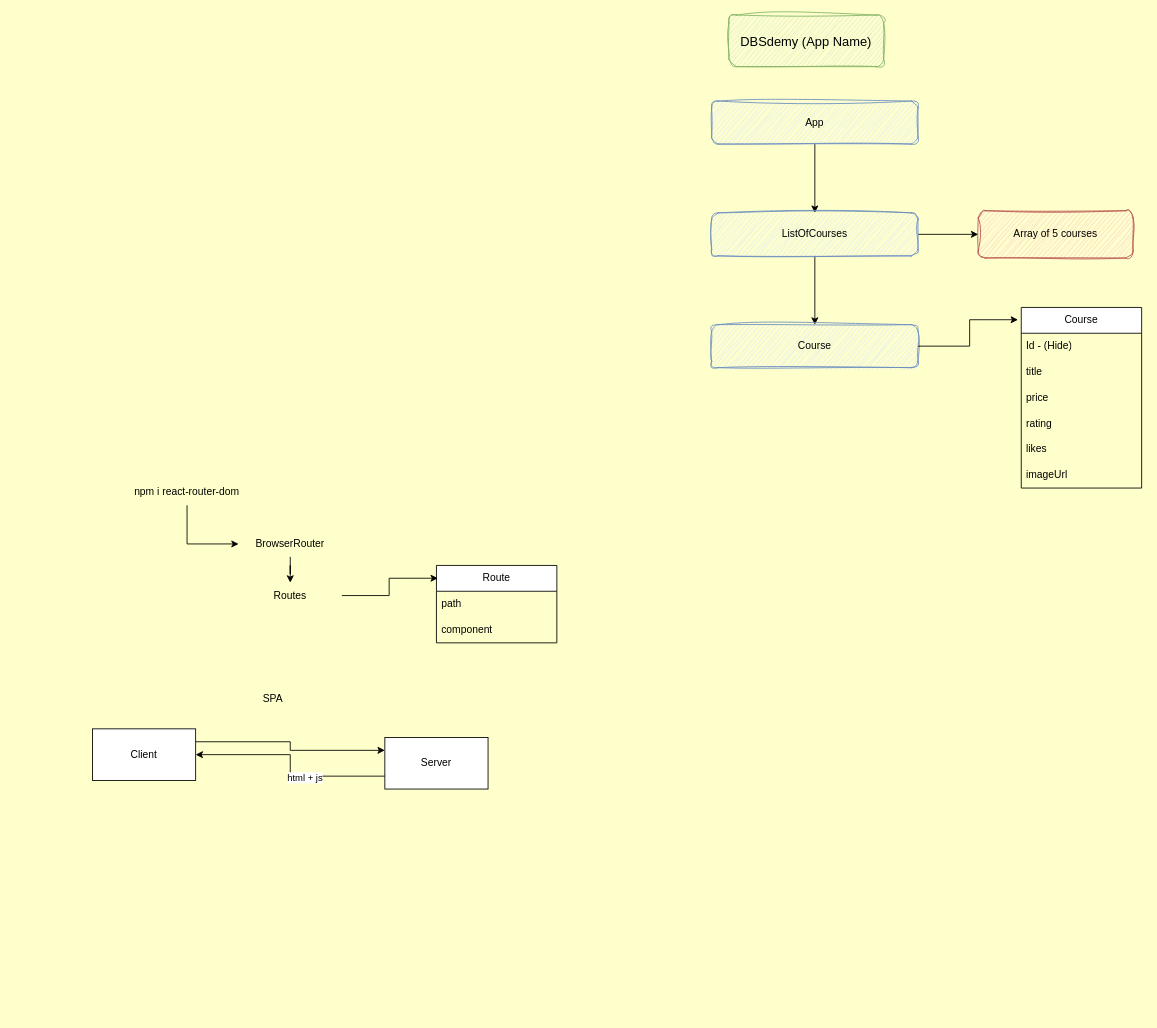
SumeetWajpe/DBS_React_Feb_25 keeps this draw.io diagram as SupportingDocs/DBS_React_Feb25.drawio. Above is the earlier version. Source tidied: cells renumbered, new cells numbered last; positions are measured from the earlier drawing's top-left corner, leaving out a move shared by most shapes. Both pictures are drawn from the tidied source at 86%, with x=0, y=0 at pixel (92, 15).
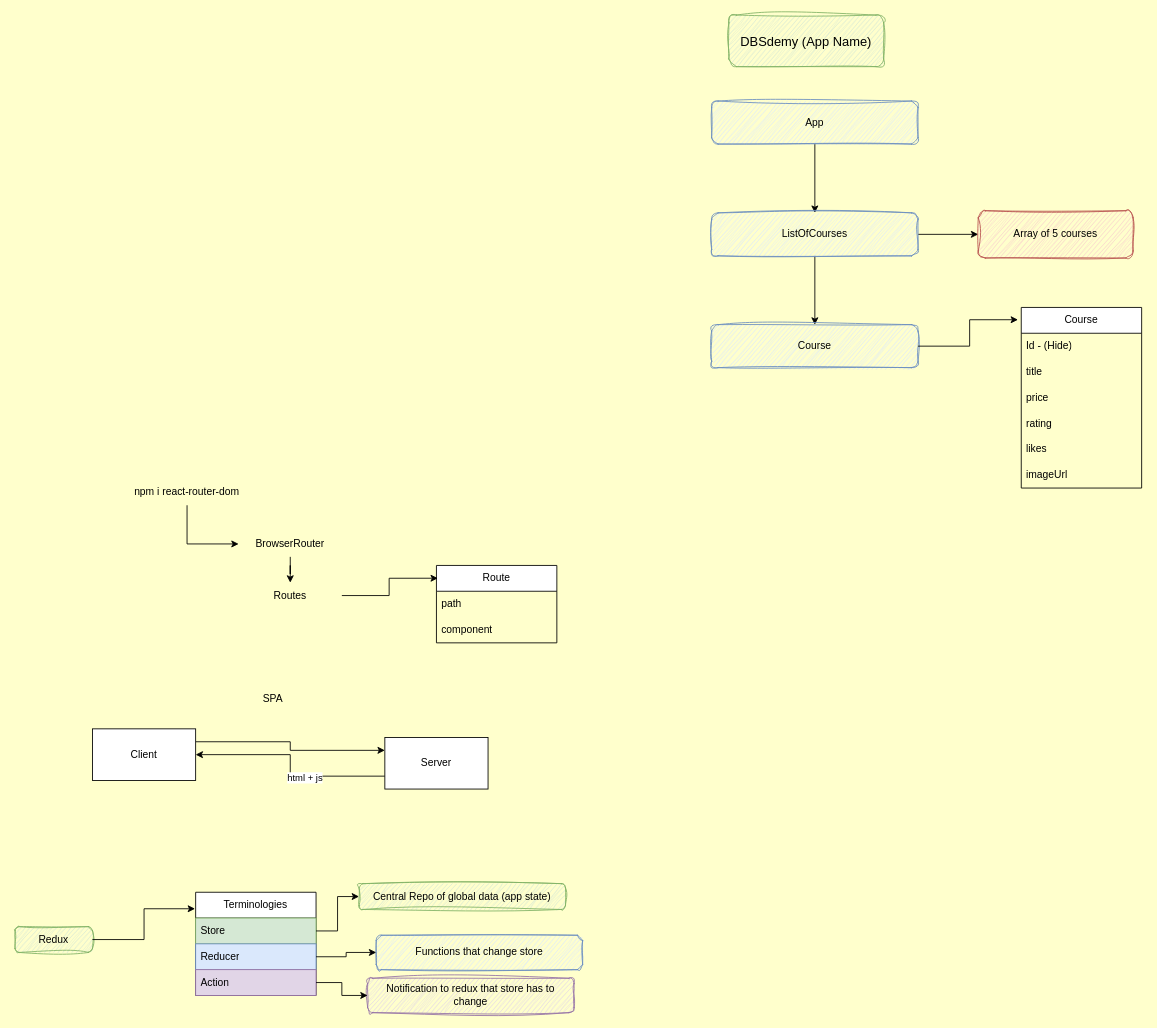
The same page after the edit.

What changed in the source:
```diff
@@
+    <mxCell id="33" value="Redux" style="rounded=1;whiteSpace=wrap;html=1;fillColor=#d5e8d4;strokeColor=#82b366;sketch=1;curveFitting=1;jiggle=2;" parent="1" vertex="1">
+      <mxGeometry x="-90" y="1060" width="90" height="30" as="geometry" />
+    </mxCell>
+    <mxCell id="34" value="Terminologies" style="swimlane;fontStyle=0;horizontal=1;startSize=30;whiteSpace=wrap;html=1;" parent="1" vertex="1">
+      <mxGeometry x="120" y="1020" width="140" height="120" as="geometry" />
+    </mxCell>
+    <mxCell id="35" value="Store" style="text;strokeColor=#82b366;fillColor=#d5e8d4;align=left;verticalAlign=middle;spacingLeft=4;spacingRight=4;overflow=hidden;points=[[0,0.5],[1,0.5]];portConstraint=eastwest;whiteSpace=wrap;html=1;" parent="34" vertex="1">
+      <mxGeometry y="30" width="140" height="30" as="geometry" />
+    </mxCell>
+    <mxCell id="36" value="Reducer" style="text;strokeColor=#6c8ebf;fillColor=#dae8fc;align=left;verticalAlign=middle;spacingLeft=4;spacingRight=4;overflow=hidden;points=[[0,0.5],[1,0.5]];portConstraint=eastwest;whiteSpace=wrap;html=1;" parent="34" vertex="1">
+      <mxGeometry y="60" width="140" height="30" as="geometry" />
+    </mxCell>
+    <mxCell id="37" value="Action" style="text;strokeColor=#9673a6;fillColor=#e1d5e7;align=left;verticalAlign=middle;spacingLeft=4;spacingRight=4;overflow=hidden;points=[[0,0.5],[1,0.5]];portConstraint=eastwest;whiteSpace=wrap;html=1;" parent="34" vertex="1">
+      <mxGeometry y="90" width="140" height="30" as="geometry" />
+    </mxCell>
+    <mxCell id="38" style="edgeStyle=orthogonalEdgeStyle;rounded=0;jettySize=auto;html=1;entryX=-0.005;entryY=0.16;entryDx=0;entryDy=0;entryPerimeter=0;" parent="1" edge="1" source="33" target="34">
+      <mxGeometry relative="1" as="geometry" />
+    </mxCell>
+    <mxCell id="39" value="Central Repo of global data (app state)" style="rounded=1;whiteSpace=wrap;html=1;fillColor=#d5e8d4;strokeColor=#82b366;sketch=1;curveFitting=1;jiggle=2;" parent="1" vertex="1">
+      <mxGeometry x="310" y="1010" width="240" height="30" as="geometry" />
+    </mxCell>
+    <mxCell id="40" style="edgeStyle=orthogonalEdgeStyle;rounded=0;jettySize=auto;html=1;entryX=0;entryY=0.5;entryDx=0;entryDy=0;" parent="1" edge="1" source="35" target="39">
+      <mxGeometry relative="1" as="geometry" />
+    </mxCell>
+    <mxCell id="41" value="Functions that change store" style="rounded=1;whiteSpace=wrap;html=1;fillColor=#dae8fc;strokeColor=#6c8ebf;sketch=1;curveFitting=1;jiggle=2;" parent="1" vertex="1">
+      <mxGeometry x="330" y="1070" width="240" height="40" as="geometry" />
+    </mxCell>
+    <mxCell id="42" style="edgeStyle=orthogonalEdgeStyle;rounded=0;jettySize=auto;html=1;exitX=1;exitY=0.5;exitDx=0;exitDy=0;" parent="1" edge="1" source="36" target="41">
+      <mxGeometry relative="1" as="geometry" />
+    </mxCell>
+    <mxCell id="43" value="Notification to redux that store has to change" style="rounded=1;whiteSpace=wrap;html=1;fillColor=#e1d5e7;strokeColor=#9673a6;sketch=1;curveFitting=1;jiggle=2;" parent="1" vertex="1">
+      <mxGeometry x="320" y="1120" width="240" height="40" as="geometry" />
+    </mxCell>
+    <mxCell id="44" style="edgeStyle=orthogonalEdgeStyle;rounded=0;jettySize=auto;html=1;entryX=0;entryY=0.5;entryDx=0;entryDy=0;" parent="1" edge="1" source="37" target="43">
+      <mxGeometry relative="1" as="geometry" />
+    </mxCell>
```
